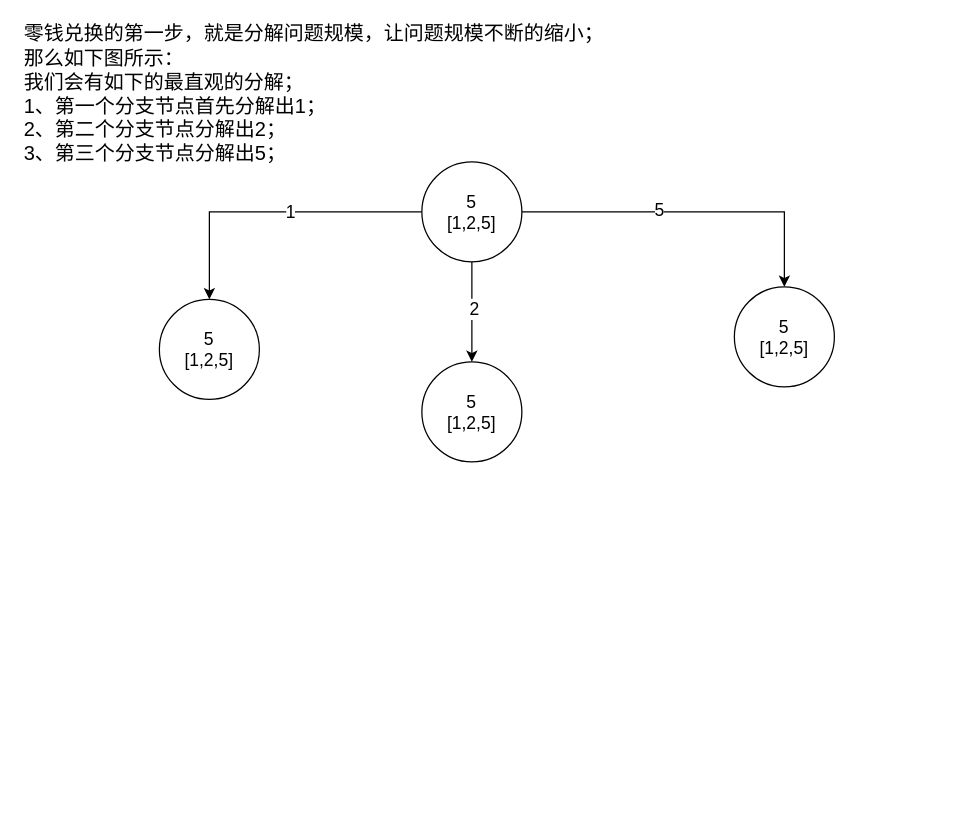
This is Untitled Diagram.drawio from leopoldhome/Pic, a draw.io file, before an edit. Source tidied: cells renumbered, new cells numbered last; positions are measured from the earlier drawing's top-left corner, leaving out a move shared by most shapes. Both pictures are drawn from the tidied source at 125%, with x=0, y=0 at pixel (21, 36).
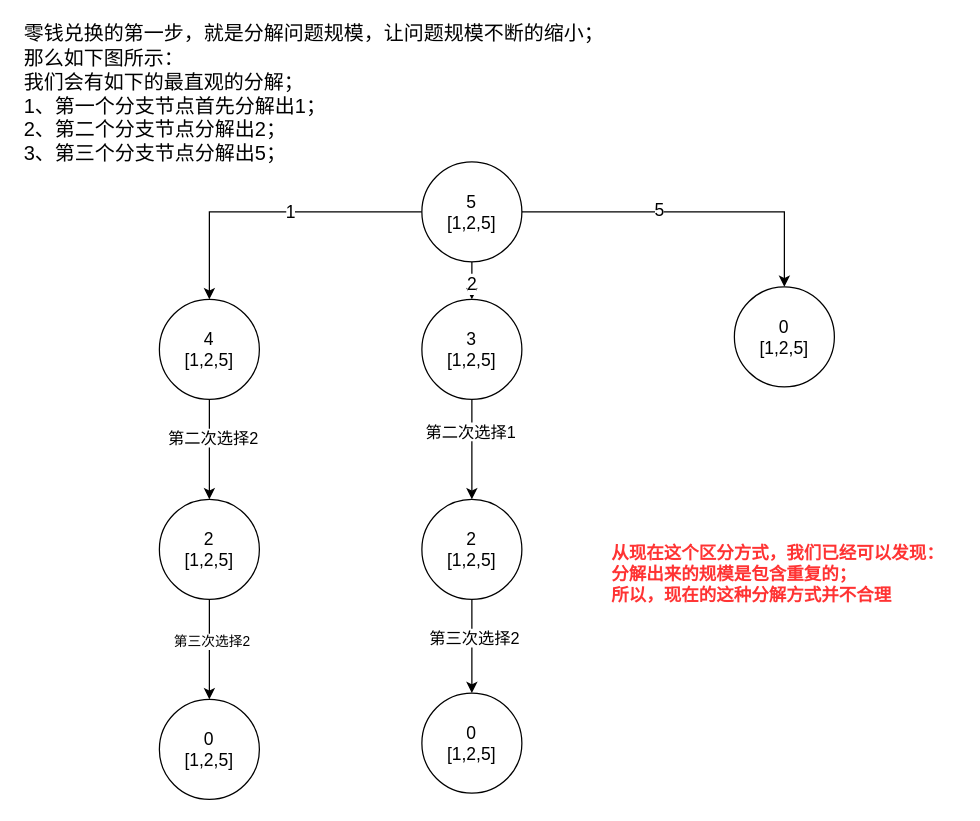
After the change.

What changed in the source:
```diff
@@
+    <mxCell id="13" style="edgeStyle=orthogonalEdgeStyle;rounded=0;jettySize=auto;html=1;" parent="1" edge="1" source="9" target="19">
+      <mxGeometry relative="1" as="geometry" />
+    </mxCell>
+    <mxCell id="14" value="&lt;font style=&quot;font-size: 13px&quot;&gt;第二次选择2&lt;/font&gt;" style="edgeLabel;html=1;align=center;verticalAlign=middle;" parent="13" vertex="1">
+      <mxGeometry x="-0.25" y="2" relative="1" as="geometry" />
+    </mxCell>
-    <mxCell id="9" value="&lt;font style=&quot;font-size: 14px&quot;&gt;5&lt;br&gt;[1,2,5]&lt;/font&gt;" style="ellipse;whiteSpace=wrap;html=1;" parent="1" vertex="1">
+    <mxCell id="9" value="&lt;font style=&quot;font-size: 14px&quot;&gt;4&lt;br&gt;[1,2,5]&lt;/font&gt;" style="ellipse;whiteSpace=wrap;html=1;" parent="1" vertex="1">
       <mxGeometry x="110" y="210" width="80" height="80" as="geometry" />
     </mxCell>
-    <mxCell id="10" value="&lt;font style=&quot;font-size: 14px&quot;&gt;5&lt;br&gt;[1,2,5]&lt;/font&gt;" style="ellipse;whiteSpace=wrap;html=1;" parent="1" vertex="1">
+    <mxCell id="10" value="&lt;font style=&quot;font-size: 14px&quot;&gt;0&lt;br&gt;[1,2,5]&lt;/font&gt;" style="ellipse;whiteSpace=wrap;html=1;" parent="1" vertex="1">
       <mxGeometry x="570" y="200" width="80" height="80" as="geometry" />
     </mxCell>
+    <mxCell id="15" style="edgeStyle=orthogonalEdgeStyle;rounded=0;jettySize=auto;html=1;" parent="1" edge="1" source="11" target="23">
+      <mxGeometry relative="1" as="geometry" />
+    </mxCell>
+    <mxCell id="16" value="&lt;font style=&quot;font-size: 13px&quot;&gt;第二次选择1&lt;/font&gt;" style="edgeLabel;html=1;align=center;verticalAlign=middle;" parent="15" vertex="1">
+      <mxGeometry x="-0.38" y="-2" relative="1" as="geometry" />
+    </mxCell>
-    <mxCell id="11" value="&lt;font style=&quot;font-size: 14px&quot;&gt;5&lt;br&gt;[1,2,5]&lt;/font&gt;" style="ellipse;whiteSpace=wrap;html=1;" parent="1" vertex="1">
-      <mxGeometry x="320" y="260" width="80" height="80" as="geometry" />
+    <mxCell id="11" value="&lt;font style=&quot;font-size: 14px&quot;&gt;3&lt;br&gt;[1,2,5]&lt;/font&gt;" style="ellipse;whiteSpace=wrap;html=1;" parent="1" vertex="1">
+      <mxGeometry x="320" y="210" width="80" height="80" as="geometry" />
     </mxCell>
@@
+    <mxCell id="17" style="edgeStyle=orthogonalEdgeStyle;rounded=0;jettySize=auto;html=1;" parent="1" edge="1" source="19" target="20">
+      <mxGeometry relative="1" as="geometry" />
+    </mxCell>
+    <mxCell id="18" value="第三次选择2" style="edgeLabel;html=1;align=center;verticalAlign=middle;" parent="17" vertex="1">
+      <mxGeometry x="-0.17" y="1" relative="1" as="geometry" />
+    </mxCell>
+    <mxCell id="19" value="&lt;font style=&quot;font-size: 14px&quot;&gt;2&lt;br&gt;[1,2,5]&lt;/font&gt;" style="ellipse;whiteSpace=wrap;html=1;" parent="1" vertex="1">
+      <mxGeometry x="110" y="370" width="80" height="80" as="geometry" />
+    </mxCell>
+    <mxCell id="20" value="&lt;font style=&quot;font-size: 14px&quot;&gt;0&lt;br&gt;[1,2,5]&lt;/font&gt;" style="ellipse;whiteSpace=wrap;html=1;" parent="1" vertex="1">
+      <mxGeometry x="110" y="530" width="80" height="80" as="geometry" />
+    </mxCell>
+    <mxCell id="21" style="edgeStyle=orthogonalEdgeStyle;rounded=0;jettySize=auto;html=1;" parent="1" edge="1" source="23" target="24">
+      <mxGeometry relative="1" as="geometry" />
+    </mxCell>
+    <mxCell id="22" value="&lt;font style=&quot;font-size: 13px&quot;&gt;第三次选择2&lt;/font&gt;" style="edgeLabel;html=1;align=center;verticalAlign=middle;" parent="21" vertex="1">
+      <mxGeometry x="-0.2" y="1" relative="1" as="geometry" />
+    </mxCell>
+    <mxCell id="23" value="&lt;font style=&quot;font-size: 14px&quot;&gt;2&lt;br&gt;[1,2,5]&lt;/font&gt;" style="ellipse;whiteSpace=wrap;html=1;" parent="1" vertex="1">
+      <mxGeometry x="320" y="370" width="80" height="80" as="geometry" />
+    </mxCell>
+    <mxCell id="24" value="&lt;font style=&quot;font-size: 14px&quot;&gt;0&lt;br&gt;[1,2,5]&lt;/font&gt;" style="ellipse;whiteSpace=wrap;html=1;" parent="1" vertex="1">
+      <mxGeometry x="320" y="525" width="80" height="80" as="geometry" />
+    </mxCell>
+    <mxCell id="25" value="&lt;font color=&quot;#ff3333&quot;&gt;&lt;b&gt;从现在这个区分方式，我们已经可以发现：&lt;br style=&quot;font-size: 14px&quot;&gt;分解出来的规模是包含重复的；&lt;br&gt;所以，现在的这种分解方式并不合理&lt;/b&gt;&lt;/font&gt;" style="text;html=1;align=left;verticalAlign=middle;strokeColor=none;fillColor=none;strokeWidth=18;fontSize=14;" parent="1" vertex="1">
+      <mxGeometry x="470" y="400" width="280" height="60" as="geometry" />
+    </mxCell>
```
